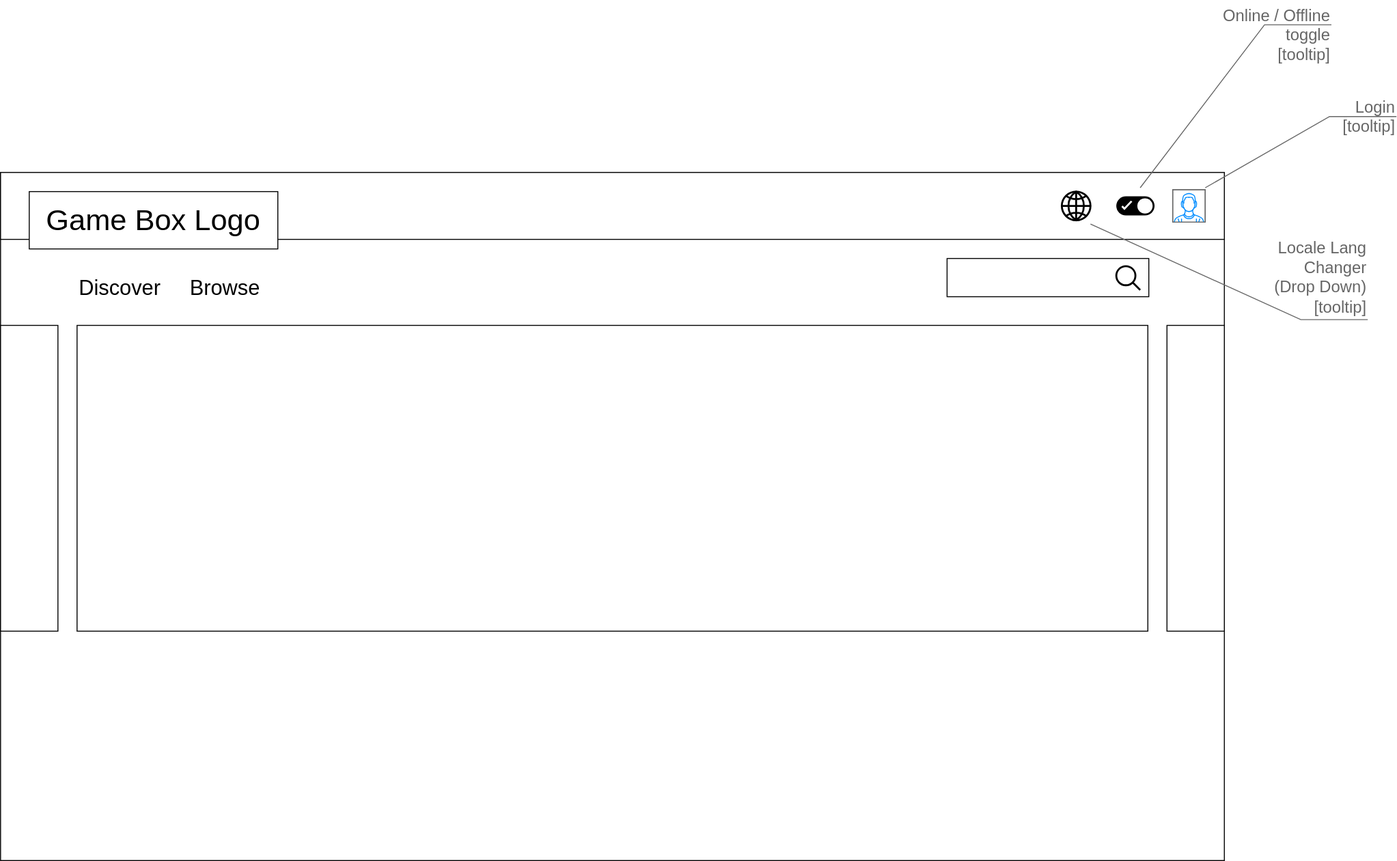
The draw.io diagram docs/diagrams/homeDesktopUI.svg in vsaiprakash/gamebox-app-ui, before a commit. Source tidied: cells renumbered, new cells last; positions are measured from the earlier drawing's top-left corner, leaving out a move shared by most shapes.
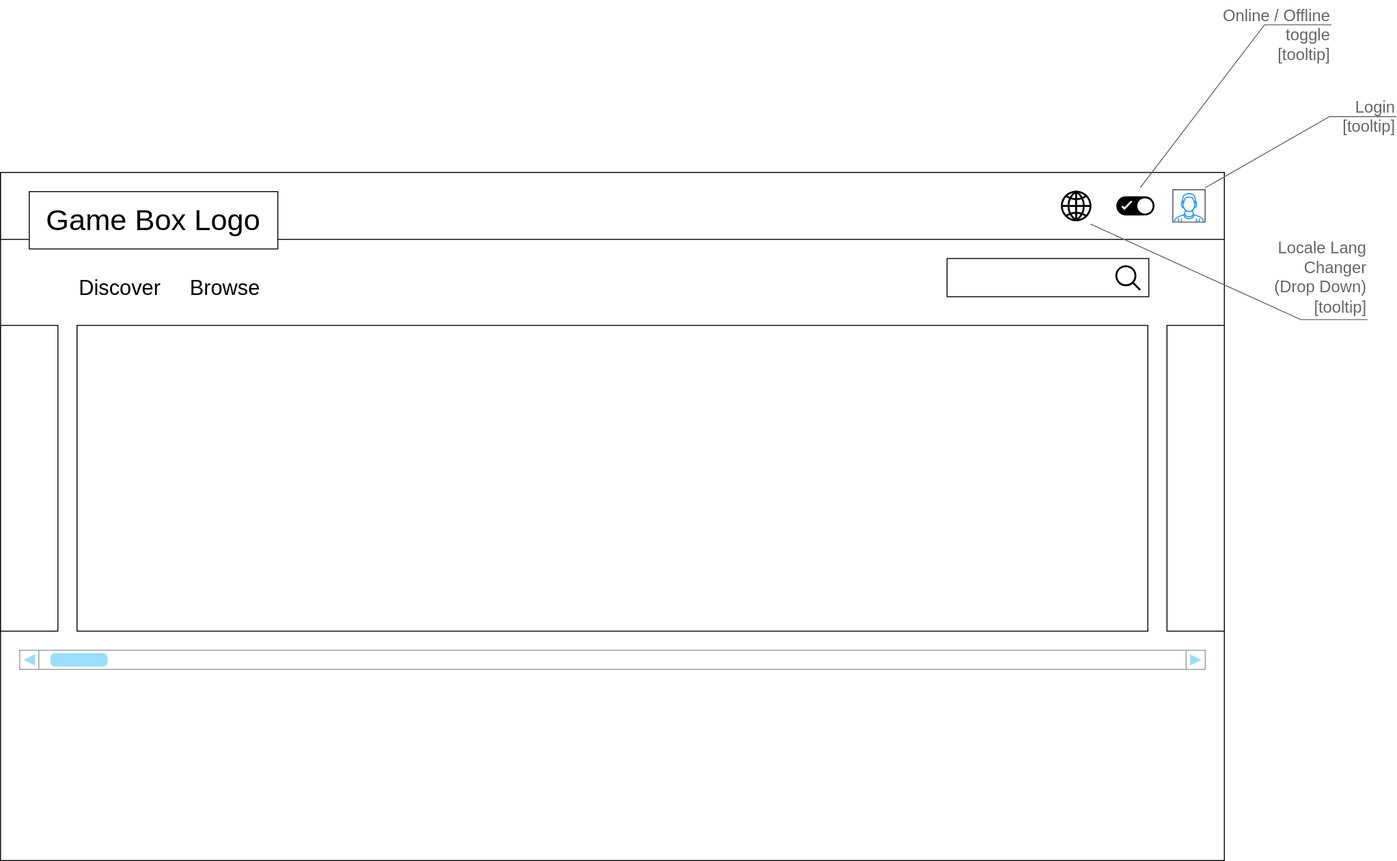
The same diagram one commit later.

Diff of the diagram source:
```diff
@@ -60,5 +60,8 @@
     <mxCell id="19" style="verticalLabelPosition=bottom;shadow=0;dashed=0;align=center;html=1;verticalAlign=top;strokeWidth=1;shape=mxgraph.mockup.containers.userMale;strokeColor=#666666;strokeColor2=#008cff;sketch=0;fillColor=none;fontColor=#000000;" parent="1" vertex="1">
       <mxGeometry x="1226" y="198" width="34" height="34" as="geometry" />
     </mxCell>
+    <mxCell id="20" style="verticalLabelPosition=bottom;shadow=0;dashed=0;align=center;html=1;verticalAlign=top;strokeWidth=1;shape=mxgraph.mockup.navigation.scrollBar;strokeColor=#999999;barPos=1.053;fillColor2=#99ddff;strokeColor2=none;sketch=0;fillColor=none;fontColor=#000000;" parent="1" vertex="1">
+      <mxGeometry x="20" y="680" width="1240" height="20" as="geometry" />
+    </mxCell>
   </root>
 </mxGraphModel>
```
